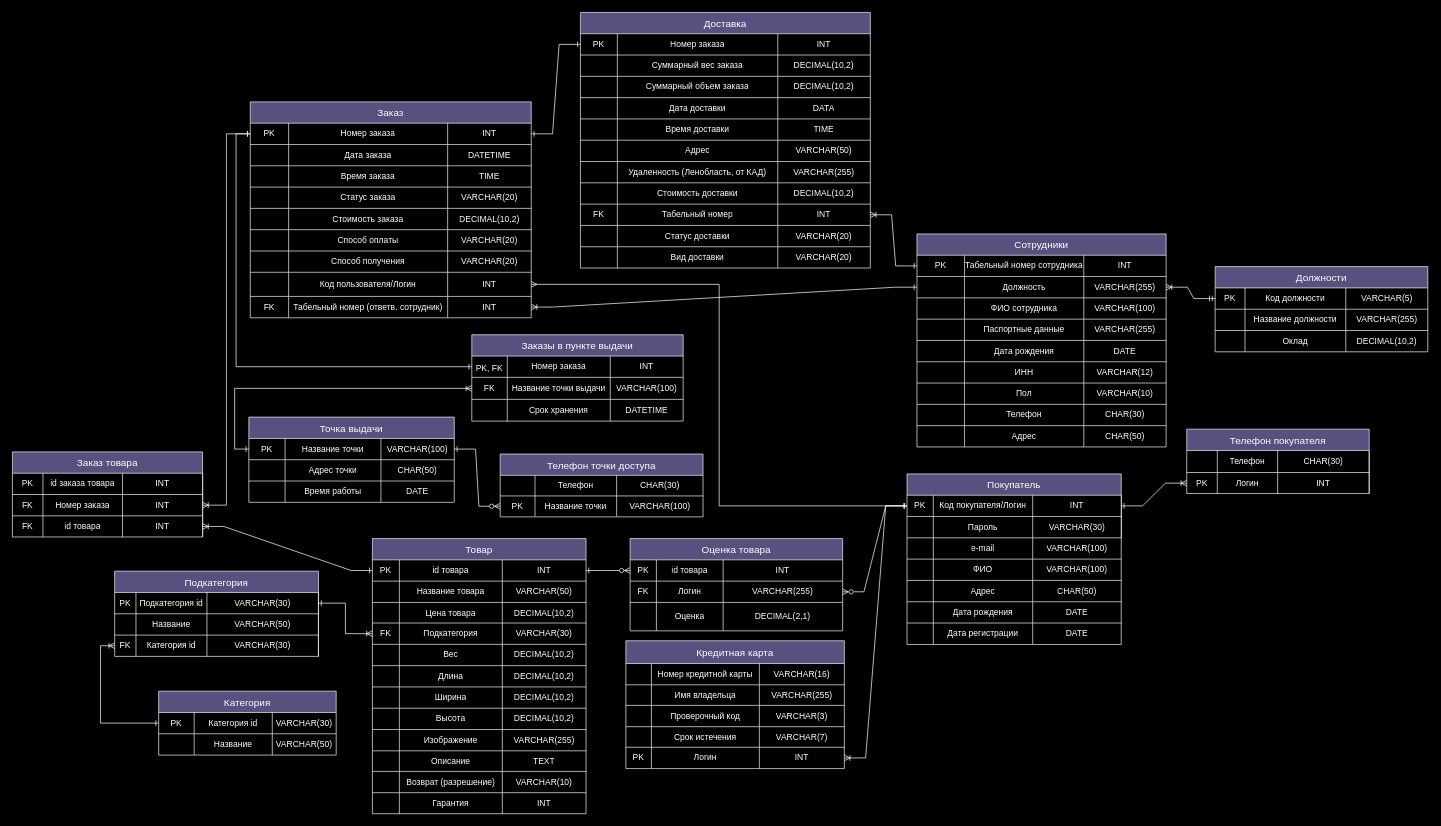
Earlier version of the draw.io diagram Диаграмма без названия.drawio (AnnaGonos/IS-DatabaseDesign-4sem). Source tidied: cells renumbered, new cells numbered last; positions are measured from the earlier drawing's top-left corner, leaving out a move shared by most shapes. Both pictures are drawn from the tidied source at 71%, with x=0, y=0 at pixel (12, 12).
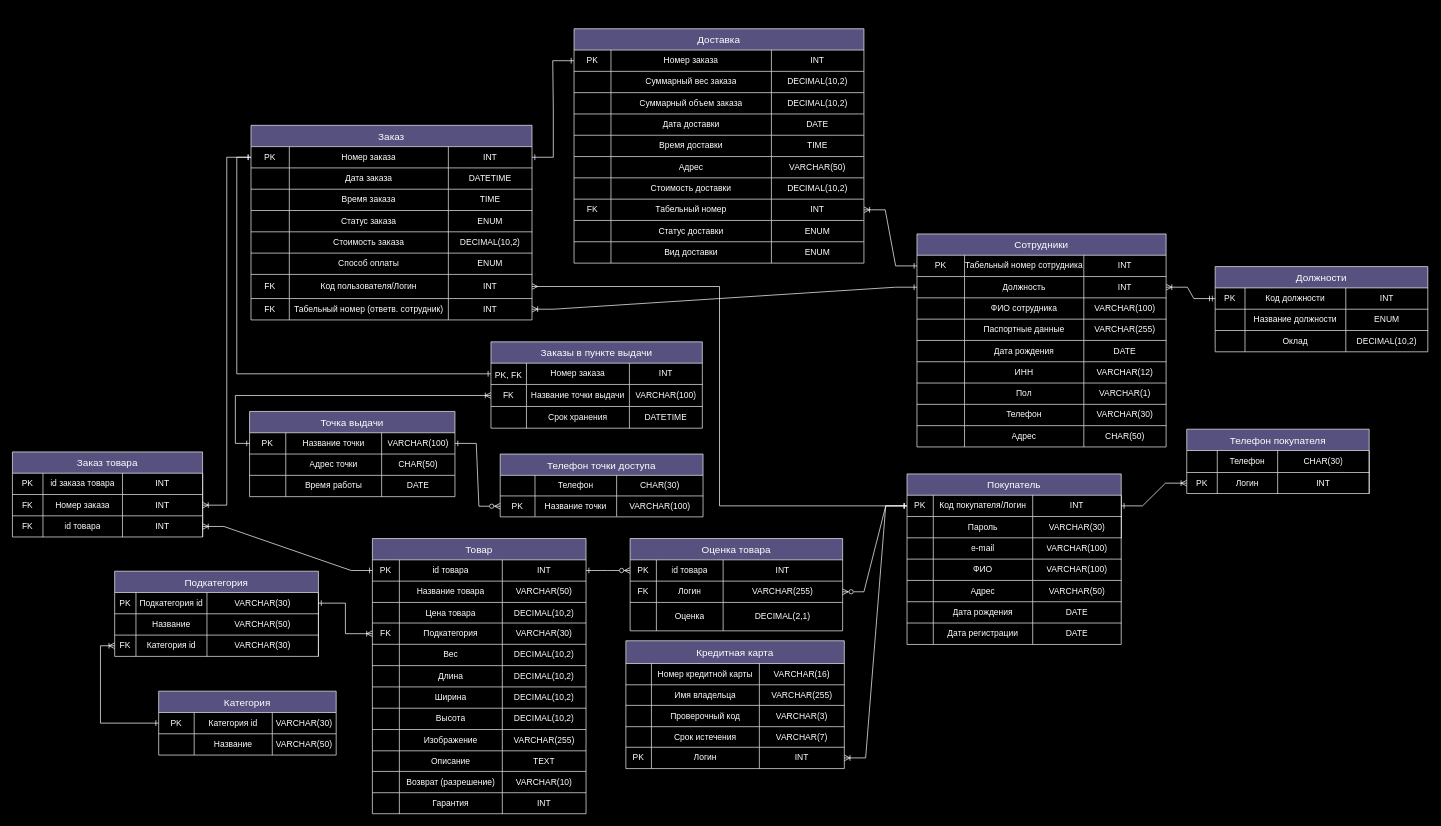
The same page after the edit.

The change refers to these unchanged cells:
```xml
<mxCell id="82" style="shape=tableRow;horizontal=0;startSize=0;swimlaneHead=0;swimlaneBody=0;strokeColor=#EEEEEE;top=0;left=0;bottom=0;right=0;fillColor=none;fontSize=16;labelBackgroundColor=none;fontColor=#FFFFFF;" parent="64" vertex="1">
  <mxGeometry y="150" width="301.7" height="30" as="geometry" />
</mxCell>
<mxCell id="128" style="shape=tableRow;horizontal=0;startSize=0;swimlaneHead=0;swimlaneBody=0;strokeColor=#EEEEEE;top=0;left=0;bottom=0;right=0;fillColor=none;fontSize=16;labelBackgroundColor=none;fontColor=#FFFFFF;" parent="115" vertex="1">
  <mxGeometry y="120" width="408.3" height="30" as="geometry" />
</mxCell>
<mxCell id="212" style="shape=tableRow;horizontal=0;startSize=0;swimlaneHead=0;swimlaneBody=0;strokeColor=#EEEEEE;top=0;left=0;bottom=0;right=0;fillColor=none;points=[[0,0.5],[1,0.5]];portConstraint=eastwest;fontSize=16;labelBackgroundColor=none;fontColor=#FFFFFF;" parent="207" vertex="1">
  <mxGeometry y="60" width="350.9" height="30" as="geometry" />
</mxCell>
<mxCell id="232" style="shape=tableRow;horizontal=0;startSize=0;swimlaneHead=0;swimlaneBody=0;strokeColor=#EEEEEE;top=0;left=0;bottom=0;right=0;fillColor=none;fontSize=16;labelBackgroundColor=none;fontColor=#FFFFFF;" parent="207" vertex="1">
  <mxGeometry y="210" width="350.9" height="30" as="geometry" />
</mxCell>
<mxCell id="236" style="shape=tableRow;horizontal=0;startSize=0;swimlaneHead=0;swimlaneBody=0;strokeColor=#EEEEEE;top=0;left=0;bottom=0;right=0;fillColor=none;fontSize=16;labelBackgroundColor=none;fontColor=#FFFFFF;" parent="207" vertex="1">
  <mxGeometry y="240" width="350.9" height="30" as="geometry" />
</mxCell>
<mxCell id="245" style="shape=tableRow;horizontal=0;startSize=0;swimlaneHead=0;swimlaneBody=0;strokeColor=#EEEEEE;top=0;left=0;bottom=0;right=0;fillColor=none;points=[[0,0.5],[1,0.5]];portConstraint=eastwest;fontSize=16;labelBackgroundColor=none;fontColor=#FFFFFF;" parent="244" vertex="1">
  <mxGeometry y="30" width="299.5" height="30" as="geometry" />
</mxCell>
<mxCell id="249" style="shape=tableRow;horizontal=0;startSize=0;swimlaneHead=0;swimlaneBody=0;strokeColor=#EEEEEE;top=0;left=0;bottom=0;right=0;fillColor=none;fontSize=16;labelBackgroundColor=none;fontColor=#FFFFFF;" parent="244" vertex="1">
  <mxGeometry y="60" width="299.5" height="30" as="geometry" />
</mxCell>
```

The edit, as a diff of the source:
```diff
@@
-    <mxCell id="85" value="CHAR(50)" style="shape=partialRectangle;html=1;whiteSpace=wrap;strokeColor=#EEEEEE;overflow=hidden;fillColor=none;top=0;left=0;bottom=0;right=0;fontSize=12;labelBackgroundColor=none;fontColor=#FFFFFF;" parent="82" vertex="1">
+    <mxCell id="85" value="VARCHAR(50)" style="shape=partialRectangle;html=1;whiteSpace=wrap;strokeColor=#EEEEEE;overflow=hidden;fillColor=none;top=0;left=0;bottom=0;right=0;fontSize=12;labelBackgroundColor=none;fontColor=#FFFFFF;" parent="82" vertex="1">
       <mxGeometry x="177" width="125" height="30" as="geometry" />
     </mxCell>
@@
     <mxCell id="115" value="Доставка" style="shape=table;startSize=30;childLayout=tableLayout;strokeColor=#EEEEEE;fontSize=14;labelBackgroundColor=none;fillColor=#56517E;fontColor=#FFFFFF;" parent="1" vertex="1">
-      <mxGeometry x="800" width="408.3" height="360" as="geometry" />
+      <mxGeometry x="791" y="23" width="408.3" height="330.1" as="geometry" />
     </mxCell>
@@
-    <mxCell id="131" value="DATA" style="shape=partialRectangle;html=1;whiteSpace=wrap;strokeColor=#EEEEEE;overflow=hidden;fillColor=none;top=0;left=0;bottom=0;right=0;fontSize=12;labelBackgroundColor=none;fontColor=#FFFFFF;" parent="128" vertex="1">
+    <mxCell id="131" value="DATE" style="shape=partialRectangle;html=1;whiteSpace=wrap;strokeColor=#EEEEEE;overflow=hidden;fillColor=none;top=0;left=0;bottom=0;right=0;fontSize=12;labelBackgroundColor=none;fontColor=#FFFFFF;" parent="128" vertex="1">
       <mxGeometry x="278" width="130" height="30" as="geometry" />
     </mxCell>
@@
-    <mxCell id="140" style="shape=tableRow;horizontal=0;startSize=0;swimlaneHead=0;swimlaneBody=0;strokeColor=#EEEEEE;top=0;left=0;bottom=0;right=0;fillColor=none;fontSize=16;labelBackgroundColor=none;fontColor=#FFFFFF;" parent="115" vertex="1">
-      <mxGeometry y="210" width="408.3" height="30" as="geometry" />
-    </mxCell>
-    <mxCell id="141" style="shape=partialRectangle;html=1;whiteSpace=wrap;strokeColor=#EEEEEE;overflow=hidden;fillColor=none;top=0;left=0;bottom=0;right=0;fontSize=12;labelBackgroundColor=none;fontColor=#FFFFFF;" parent="140" vertex="1">
-      <mxGeometry width="52" height="30" as="geometry" />
-    </mxCell>
-    <mxCell id="142" value="Удаленность (Ленобласть, от КАД)" style="shape=partialRectangle;html=1;whiteSpace=wrap;strokeColor=#EEEEEE;overflow=hidden;fillColor=none;top=0;left=0;bottom=0;right=0;fontSize=12;labelBackgroundColor=none;fontColor=#FFFFFF;" parent="140" vertex="1">
-      <mxGeometry x="52" width="226" height="30" as="geometry" />
-    </mxCell>
-    <mxCell id="143" value="VARCHAR(255)" style="shape=partialRectangle;html=1;whiteSpace=wrap;strokeColor=#EEEEEE;overflow=hidden;fillColor=none;top=0;left=0;bottom=0;right=0;fontSize=12;labelBackgroundColor=none;fontColor=#FFFFFF;" parent="140" vertex="1">
-      <mxGeometry x="278" width="130" height="30" as="geometry" />
-    </mxCell>
     <mxCell id="144" style="shape=tableRow;horizontal=0;startSize=0;swimlaneHead=0;swimlaneBody=0;strokeColor=#EEEEEE;top=0;left=0;bottom=0;right=0;fillColor=none;fontSize=16;labelBackgroundColor=none;fontColor=#FFFFFF;" parent="115" vertex="1">
-      <mxGeometry y="240" width="408.3" height="30" as="geometry" />
+      <mxGeometry y="210" width="408.3" height="30" as="geometry" />
     </mxCell>
@@
     <mxCell id="148" style="shape=tableRow;horizontal=0;startSize=0;swimlaneHead=0;swimlaneBody=0;strokeColor=#EEEEEE;top=0;left=0;bottom=0;right=0;fillColor=none;points=[[0,0.5],[1,0.5]];portConstraint=eastwest;fontSize=16;labelBackgroundColor=none;fontColor=#FFFFFF;" parent="115" vertex="1">
-      <mxGeometry y="270" width="408.3" height="30" as="geometry" />
+      <mxGeometry y="240" width="408.3" height="30" as="geometry" />
     </mxCell>
@@
     <mxCell id="152" style="shape=tableRow;horizontal=0;startSize=0;swimlaneHead=0;swimlaneBody=0;strokeColor=#EEEEEE;top=0;left=0;bottom=0;right=0;fillColor=none;fontSize=16;labelBackgroundColor=none;fontColor=#FFFFFF;" parent="115" vertex="1">
-      <mxGeometry y="300" width="408.3" height="30" as="geometry" />
+      <mxGeometry y="270" width="408.3" height="30" as="geometry" />
     </mxCell>
@@
-    <mxCell id="155" value="VARCHAR(20)" style="shape=partialRectangle;html=1;whiteSpace=wrap;strokeColor=#EEEEEE;overflow=hidden;fillColor=none;top=0;left=0;bottom=0;right=0;fontSize=12;labelBackgroundColor=none;fontColor=#FFFFFF;" parent="152" vertex="1">
+    <mxCell id="155" value="ENUM" style="shape=partialRectangle;html=1;whiteSpace=wrap;strokeColor=#EEEEEE;overflow=hidden;fillColor=none;top=0;left=0;bottom=0;right=0;fontSize=12;labelBackgroundColor=none;fontColor=#FFFFFF;" parent="152" vertex="1">
       <mxGeometry x="278" width="130" height="30" as="geometry" />
     </mxCell>
     <mxCell id="156" style="shape=tableRow;horizontal=0;startSize=0;swimlaneHead=0;swimlaneBody=0;strokeColor=#EEEEEE;top=0;left=0;bottom=0;right=0;fillColor=none;fontSize=16;labelBackgroundColor=none;fontColor=#FFFFFF;" parent="115" vertex="1">
-      <mxGeometry y="330" width="408.3" height="30" as="geometry" />
+      <mxGeometry y="300" width="408.3" height="30" as="geometry" />
     </mxCell>
@@
-    <mxCell id="159" value="VARCHAR(20)" style="shape=partialRectangle;html=1;whiteSpace=wrap;strokeColor=#EEEEEE;overflow=hidden;fillColor=none;top=0;left=0;bottom=0;right=0;fontSize=12;labelBackgroundColor=none;fontColor=#FFFFFF;" parent="156" vertex="1">
+    <mxCell id="159" value="ENUM" style="shape=partialRectangle;html=1;whiteSpace=wrap;strokeColor=#EEEEEE;overflow=hidden;fillColor=none;top=0;left=0;bottom=0;right=0;fontSize=12;labelBackgroundColor=none;fontColor=#FFFFFF;" parent="156" vertex="1">
       <mxGeometry x="278" width="130" height="30" as="geometry" />
     </mxCell>
@@
     <mxCell id="170" value="Заказ" style="shape=table;startSize=30;childLayout=tableLayout;strokeColor=#EEEEEE;fontSize=14;labelBackgroundColor=none;fillColor=#56517E;fontColor=#FFFFFF;" parent="1" vertex="1">
-      <mxGeometry x="335" y="126" width="395.7" height="304.1" as="geometry" />
+      <mxGeometry x="336" y="159" width="395.8" height="274.1" as="geometry" />
     </mxCell>
     <mxCell id="171" style="shape=tableRow;horizontal=0;startSize=0;swimlaneHead=0;swimlaneBody=0;strokeColor=#EEEEEE;top=0;left=0;bottom=0;right=0;fillColor=none;points=[[0,0.5],[1,0.5]];portConstraint=eastwest;fontSize=16;labelBackgroundColor=none;fontColor=#FFFFFF;" parent="170" vertex="1">
-      <mxGeometry y="30" width="395.7" height="30" as="geometry" />
+      <mxGeometry y="30" width="395.8" height="30" as="geometry" />
     </mxCell>
@@
     <mxCell id="175" style="shape=tableRow;horizontal=0;startSize=0;swimlaneHead=0;swimlaneBody=0;strokeColor=#EEEEEE;top=0;left=0;bottom=0;right=0;fillColor=none;fontSize=16;labelBackgroundColor=none;fontColor=#FFFFFF;" parent="170" vertex="1">
-      <mxGeometry y="60" width="395.7" height="30" as="geometry" />
+      <mxGeometry y="60" width="395.8" height="30" as="geometry" />
     </mxCell>
@@
     <mxCell id="179" style="shape=tableRow;horizontal=0;startSize=0;swimlaneHead=0;swimlaneBody=0;strokeColor=#EEEEEE;top=0;left=0;bottom=0;right=0;fillColor=none;fontSize=16;labelBackgroundColor=none;fontColor=#FFFFFF;" parent="170" vertex="1">
-      <mxGeometry y="90" width="395.7" height="30" as="geometry" />
+      <mxGeometry y="90" width="395.8" height="30" as="geometry" />
     </mxCell>
@@
     <mxCell id="183" style="shape=tableRow;horizontal=0;startSize=0;swimlaneHead=0;swimlaneBody=0;strokeColor=#EEEEEE;top=0;left=0;bottom=0;right=0;fillColor=none;fontSize=16;labelBackgroundColor=none;fontColor=#FFFFFF;" parent="170" vertex="1">
-      <mxGeometry y="120" width="395.7" height="30" as="geometry" />
+      <mxGeometry y="120" width="395.8" height="30" as="geometry" />
     </mxCell>
@@
-    <mxCell id="186" value="VARCHAR(20)" style="shape=partialRectangle;html=1;whiteSpace=wrap;strokeColor=#EEEEEE;overflow=hidden;fillColor=none;top=0;left=0;bottom=0;right=0;fontSize=12;labelBackgroundColor=none;fontColor=#FFFFFF;" parent="183" vertex="1">
+    <mxCell id="186" value="ENUM" style="shape=partialRectangle;html=1;whiteSpace=wrap;strokeColor=#EEEEEE;overflow=hidden;fillColor=none;top=0;left=0;bottom=0;right=0;fontSize=12;labelBackgroundColor=none;fontColor=#FFFFFF;" parent="183" vertex="1">
       <mxGeometry x="278" width="118" height="30" as="geometry" />
     </mxCell>
     <mxCell id="187" style="shape=tableRow;horizontal=0;startSize=0;swimlaneHead=0;swimlaneBody=0;strokeColor=#EEEEEE;top=0;left=0;bottom=0;right=0;fillColor=none;fontSize=16;labelBackgroundColor=none;fontColor=#FFFFFF;" parent="170" vertex="1">
-      <mxGeometry y="150" width="395.7" height="30" as="geometry" />
+      <mxGeometry y="150" width="395.8" height="30" as="geometry" />
     </mxCell>
@@
     <mxCell id="191" style="shape=tableRow;horizontal=0;startSize=0;swimlaneHead=0;swimlaneBody=0;strokeColor=#EEEEEE;top=0;left=0;bottom=0;right=0;fillColor=none;fontSize=16;labelBackgroundColor=none;fontColor=#FFFFFF;" parent="170" vertex="1">
-      <mxGeometry y="180" width="395.7" height="30" as="geometry" />
+      <mxGeometry y="180" width="395.8" height="30" as="geometry" />
     </mxCell>
@@
-    <mxCell id="194" value="VARCHAR(20)" style="shape=partialRectangle;html=1;whiteSpace=wrap;strokeColor=#EEEEEE;overflow=hidden;fillColor=none;top=0;left=0;bottom=0;right=0;fontSize=12;labelBackgroundColor=none;fontColor=#FFFFFF;" parent="191" vertex="1">
+    <mxCell id="194" value="ENUM" style="shape=partialRectangle;html=1;whiteSpace=wrap;strokeColor=#EEEEEE;overflow=hidden;fillColor=none;top=0;left=0;bottom=0;right=0;fontSize=12;labelBackgroundColor=none;fontColor=#FFFFFF;" parent="191" vertex="1">
       <mxGeometry x="278" width="118" height="30" as="geometry" />
     </mxCell>
-    <mxCell id="195" style="shape=tableRow;horizontal=0;startSize=0;swimlaneHead=0;swimlaneBody=0;strokeColor=#EEEEEE;top=0;left=0;bottom=0;right=0;fillColor=none;fontSize=16;labelBackgroundColor=none;fontColor=#FFFFFF;" parent="170" vertex="1">
-      <mxGeometry y="210" width="395.7" height="30" as="geometry" />
-    </mxCell>
-    <mxCell id="196" style="shape=partialRectangle;html=1;whiteSpace=wrap;strokeColor=#EEEEEE;overflow=hidden;fillColor=none;top=0;left=0;bottom=0;right=0;fontSize=12;labelBackgroundColor=none;fontColor=#FFFFFF;" parent="195" vertex="1">
-      <mxGeometry width="54" height="30" as="geometry" />
-    </mxCell>
-    <mxCell id="197" value="Способ получения" style="shape=partialRectangle;html=1;whiteSpace=wrap;strokeColor=#EEEEEE;overflow=hidden;fillColor=none;top=0;left=0;bottom=0;right=0;fontSize=12;labelBackgroundColor=none;fontColor=#FFFFFF;" parent="195" vertex="1">
-      <mxGeometry x="54" width="224" height="30" as="geometry" />
-    </mxCell>
-    <mxCell id="198" value="VARCHAR(20)" style="shape=partialRectangle;html=1;whiteSpace=wrap;strokeColor=#EEEEEE;overflow=hidden;fillColor=none;top=0;left=0;bottom=0;right=0;fontSize=12;labelBackgroundColor=none;fontColor=#FFFFFF;" parent="195" vertex="1">
-      <mxGeometry x="278" width="118" height="30" as="geometry" />
-    </mxCell>
     <mxCell id="199" style="shape=tableRow;horizontal=0;startSize=0;swimlaneHead=0;swimlaneBody=0;strokeColor=#EEEEEE;top=0;left=0;bottom=0;right=0;fillColor=none;points=[[0,0.5],[1,0.5]];portConstraint=eastwest;fontSize=16;labelBackgroundColor=none;fontColor=#FFFFFF;" parent="170" vertex="1">
-      <mxGeometry y="240" width="395.7" height="34" as="geometry" />
+      <mxGeometry y="210" width="395.8" height="34" as="geometry" />
     </mxCell>
-    <mxCell id="200" style="shape=partialRectangle;html=1;whiteSpace=wrap;strokeColor=#EEEEEE;overflow=hidden;fillColor=none;top=0;left=0;bottom=0;right=0;fontSize=12;labelBackgroundColor=none;fontColor=#FFFFFF;" parent="199" vertex="1">
+    <mxCell id="200" value="FK" style="shape=partialRectangle;html=1;whiteSpace=wrap;strokeColor=#EEEEEE;overflow=hidden;fillColor=none;top=0;left=0;bottom=0;right=0;fontSize=12;labelBackgroundColor=none;fontColor=#FFFFFF;" parent="199" vertex="1">
       <mxGeometry width="54" height="34" as="geometry" />
     </mxCell>
@@
     <mxCell id="203" style="shape=tableRow;horizontal=0;startSize=0;swimlaneHead=0;swimlaneBody=0;strokeColor=#EEEEEE;top=0;left=0;bottom=0;right=0;fillColor=none;points=[[0,0.5],[1,0.5]];portConstraint=eastwest;fontSize=16;labelBackgroundColor=none;fontColor=#FFFFFF;" parent="170" vertex="1">
-      <mxGeometry y="274" width="395.7" height="30" as="geometry" />
+      <mxGeometry y="244" width="395.8" height="30" as="geometry" />
     </mxCell>
@@
-    <mxCell id="215" value="VARCHAR(255)" style="shape=partialRectangle;html=1;whiteSpace=wrap;strokeColor=#EEEEEE;overflow=hidden;fillColor=none;top=0;left=0;bottom=0;right=0;fontSize=12;labelBackgroundColor=none;fontColor=#FFFFFF;" parent="212" vertex="1">
+    <mxCell id="215" value="INT" style="shape=partialRectangle;html=1;whiteSpace=wrap;strokeColor=#EEEEEE;overflow=hidden;fillColor=none;top=0;left=0;bottom=0;right=0;fontSize=12;labelBackgroundColor=none;fontColor=#FFFFFF;" parent="212" vertex="1">
       <mxGeometry x="235" width="116" height="30" as="geometry" />
     </mxCell>
@@
-    <mxCell id="235" value="VARCHAR(10)" style="shape=partialRectangle;html=1;whiteSpace=wrap;strokeColor=#EEEEEE;overflow=hidden;fillColor=none;top=0;left=0;bottom=0;right=0;fontSize=12;labelBackgroundColor=none;fontColor=#FFFFFF;" parent="232" vertex="1">
+    <mxCell id="235" value="VARCHAR(1)" style="shape=partialRectangle;html=1;whiteSpace=wrap;strokeColor=#EEEEEE;overflow=hidden;fillColor=none;top=0;left=0;bottom=0;right=0;fontSize=12;labelBackgroundColor=none;fontColor=#FFFFFF;" parent="232" vertex="1">
       <mxGeometry x="235" width="116" height="30" as="geometry" />
     </mxCell>
@@
-    <mxCell id="239" value="CHAR(30)" style="shape=partialRectangle;html=1;whiteSpace=wrap;strokeColor=#EEEEEE;overflow=hidden;fillColor=none;top=0;left=0;bottom=0;right=0;fontSize=12;labelBackgroundColor=none;fontColor=#FFFFFF;" parent="236" vertex="1">
+    <mxCell id="239" value="VARCHAR(30)" style="shape=partialRectangle;html=1;whiteSpace=wrap;strokeColor=#EEEEEE;overflow=hidden;fillColor=none;top=0;left=0;bottom=0;right=0;fontSize=12;labelBackgroundColor=none;fontColor=#FFFFFF;" parent="236" vertex="1">
       <mxGeometry x="235" width="116" height="30" as="geometry" />
     </mxCell>
@@
-    <mxCell id="248" value="VARCHAR(5)" style="shape=partialRectangle;html=1;whiteSpace=wrap;strokeColor=#EEEEEE;overflow=hidden;fillColor=none;top=0;left=0;bottom=0;right=0;fontSize=12;labelBackgroundColor=none;fontColor=#FFFFFF;" parent="245" vertex="1">
+    <mxCell id="248" value="INT" style="shape=partialRectangle;html=1;whiteSpace=wrap;strokeColor=#EEEEEE;overflow=hidden;fillColor=none;top=0;left=0;bottom=0;right=0;fontSize=12;labelBackgroundColor=none;fontColor=#FFFFFF;" parent="245" vertex="1">
       <mxGeometry x="184" width="116" height="30" as="geometry" />
     </mxCell>
@@
-    <mxCell id="252" value="VARCHAR(255)" style="shape=partialRectangle;html=1;whiteSpace=wrap;strokeColor=#EEEEEE;overflow=hidden;fillColor=none;top=0;left=0;bottom=0;right=0;fontSize=12;labelBackgroundColor=none;fontColor=#FFFFFF;" parent="249" vertex="1">
+    <mxCell id="252" value="ENUM" style="shape=partialRectangle;html=1;whiteSpace=wrap;strokeColor=#EEEEEE;overflow=hidden;fillColor=none;top=0;left=0;bottom=0;right=0;fontSize=12;labelBackgroundColor=none;fontColor=#FFFFFF;" parent="249" vertex="1">
       <mxGeometry x="184" width="116" height="30" as="geometry" />
     </mxCell>
@@
     <mxCell id="271" value="Точка выдачи" style="shape=table;startSize=30;childLayout=tableLayout;strokeColor=#EEEEEE;fontSize=14;labelBackgroundColor=none;fillColor=#56517E;fontColor=#FFFFFF;" parent="1" vertex="1">
-      <mxGeometry x="333" y="570" width="289.3" height="120" as="geometry" />
+      <mxGeometry x="334" y="562" width="289.3" height="120" as="geometry" />
     </mxCell>
@@
     <mxCell id="330" value="Заказы в пункте выдачи" style="shape=table;startSize=30;childLayout=tableLayout;strokeColor=#EEEEEE;fontSize=14;labelBackgroundColor=none;fillColor=#56517E;fontColor=#FFFFFF;" parent="1" vertex="1">
-      <mxGeometry x="647" y="454" width="297.7" height="121.6" as="geometry" />
+      <mxGeometry x="674" y="464" width="297.7" height="121.6" as="geometry" />
     </mxCell>
```
